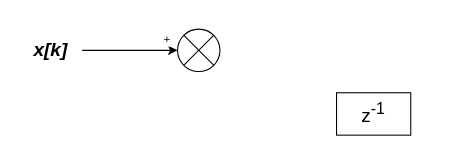
Earlier version of the draw.io diagram ele430_minimalRealization.drawio (mmuurraatt/My-Projects-On-Github). Source tidied: cells renumbered, new cells numbered last; positions are measured from the earlier drawing's top-left corner, leaving out a move shared by most shapes. Both pictures are drawn from the tidied source at 106%, with x=0, y=0 at pixel (18, 29).
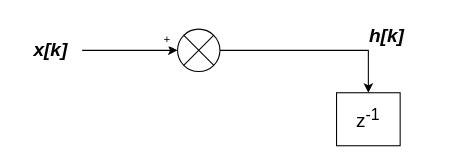
The same page after the edit.

What changed in the source:
```diff
@@
 <mxGraphModel>
   <root>
     <mxCell id="0" />
     <mxCell id="1" parent="0" />
     <mxCell id="2" value="&lt;font style=&quot;font-size: 18px;&quot;&gt;z&lt;sup&gt;-1&lt;/sup&gt;&lt;/font&gt;" style="rounded=0;whiteSpace=wrap;html=1;" parent="1" vertex="1">
-      <mxGeometry x="300" y="60" width="70" height="40" as="geometry" />
+      <mxGeometry x="300" y="60" width="60" height="50" as="geometry" />
     </mxCell>
+    <mxCell id="6" style="edgeStyle=orthogonalEdgeStyle;rounded=0;jettySize=auto;html=1;" parent="1" edge="1" source="3">
+      <mxGeometry relative="1" as="geometry">
+        <mxPoint x="330" y="60" as="targetPoint" />
+        <Array as="points">
+          <mxPoint x="330" y="20" />
+        </Array>
+      </mxGeometry>
+    </mxCell>
     <mxCell id="3" style="verticalLabelPosition=bottom;verticalAlign=top;html=1;shape=mxgraph.flowchart.or;" parent="1" vertex="1">
       <mxGeometry x="150" width="40" height="40" as="geometry" />
     </mxCell>
     <mxCell id="4" value="+" style="edgeStyle=orthogonalEdgeStyle;rounded=0;jettySize=auto;html=1;labelPosition=center;verticalLabelPosition=middle;align=center;verticalAlign=middle;horizontal=1;" parent="1" edge="1" source="5" target="3">
       <mxGeometry x="0.78" y="10" relative="1" as="geometry" />
     </mxCell>
     <mxCell id="5" value="&lt;font size=&quot;1&quot; style=&quot;&quot;&gt;&lt;b style=&quot;&quot;&gt;&lt;i style=&quot;font-size: 18px;&quot;&gt;x[k]&lt;/i&gt;&lt;/b&gt;&lt;/font&gt;" style="text;html=1;align=center;verticalAlign=middle;points=[];strokeColor=none;fillColor=none;" parent="1" vertex="1">
       <mxGeometry width="60" height="40" as="geometry" />
     </mxCell>
+    <mxCell id="7" value="&lt;b style=&quot;border-color: var(--border-color); color: rgb(0, 0, 0); font-family: Helvetica; font-size: x-small; font-style: normal; font-variant-ligatures: normal; font-variant-caps: normal; letter-spacing: normal; orphans: 2; text-align: center; text-indent: 0px; text-transform: none; widows: 2; word-spacing: 0px; -webkit-text-stroke-width: 0px; background-color: rgb(251, 251, 251); text-decoration-thickness: initial; text-decoration-style: initial; text-decoration-color: initial;&quot;&gt;&lt;i style=&quot;border-color: var(--border-color); font-size: 18px;&quot;&gt;h[k]&lt;/i&gt;&lt;/b&gt;" style="text;whiteSpace=wrap;html=1;" parent="1" vertex="1">
+      <mxGeometry x="329" y="-10" width="61" height="30" as="geometry" />
+    </mxCell>
   </root>
 </mxGraphModel>
```
